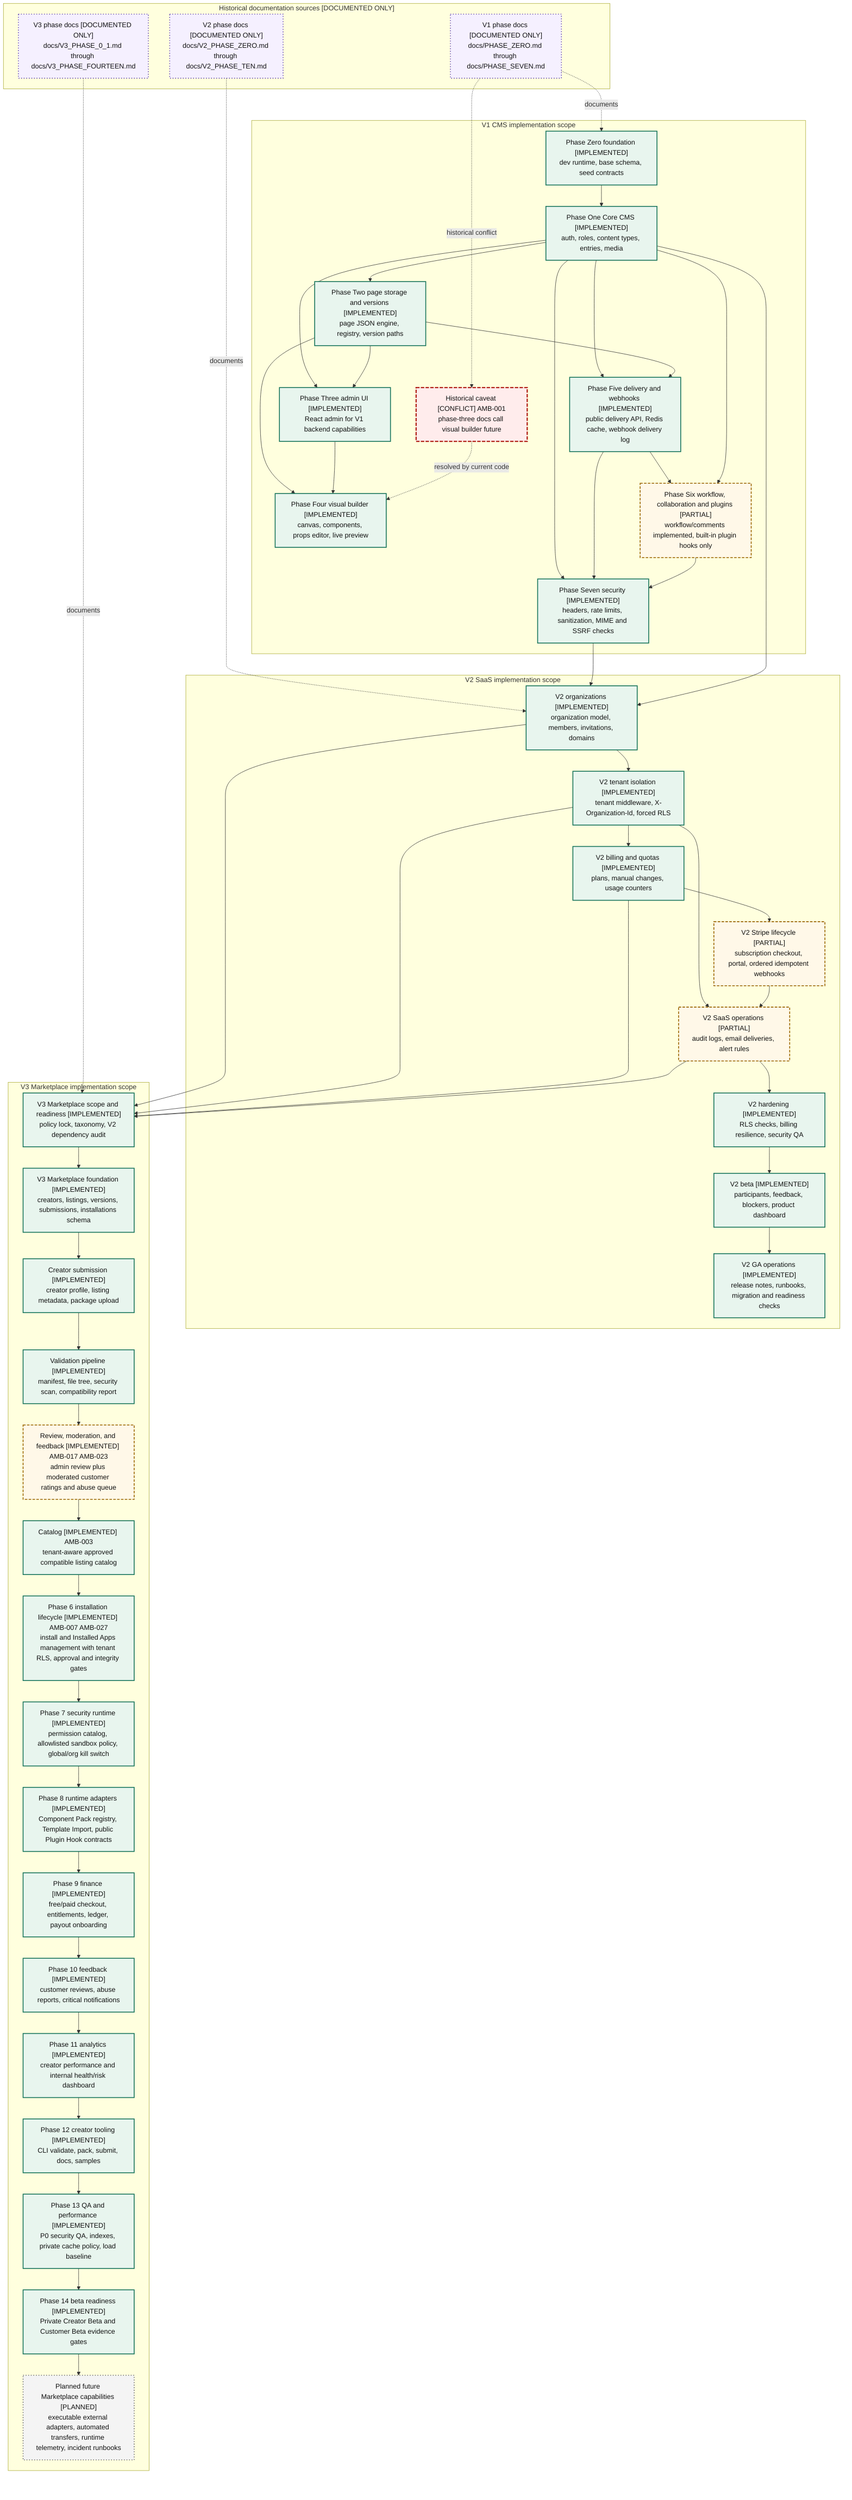
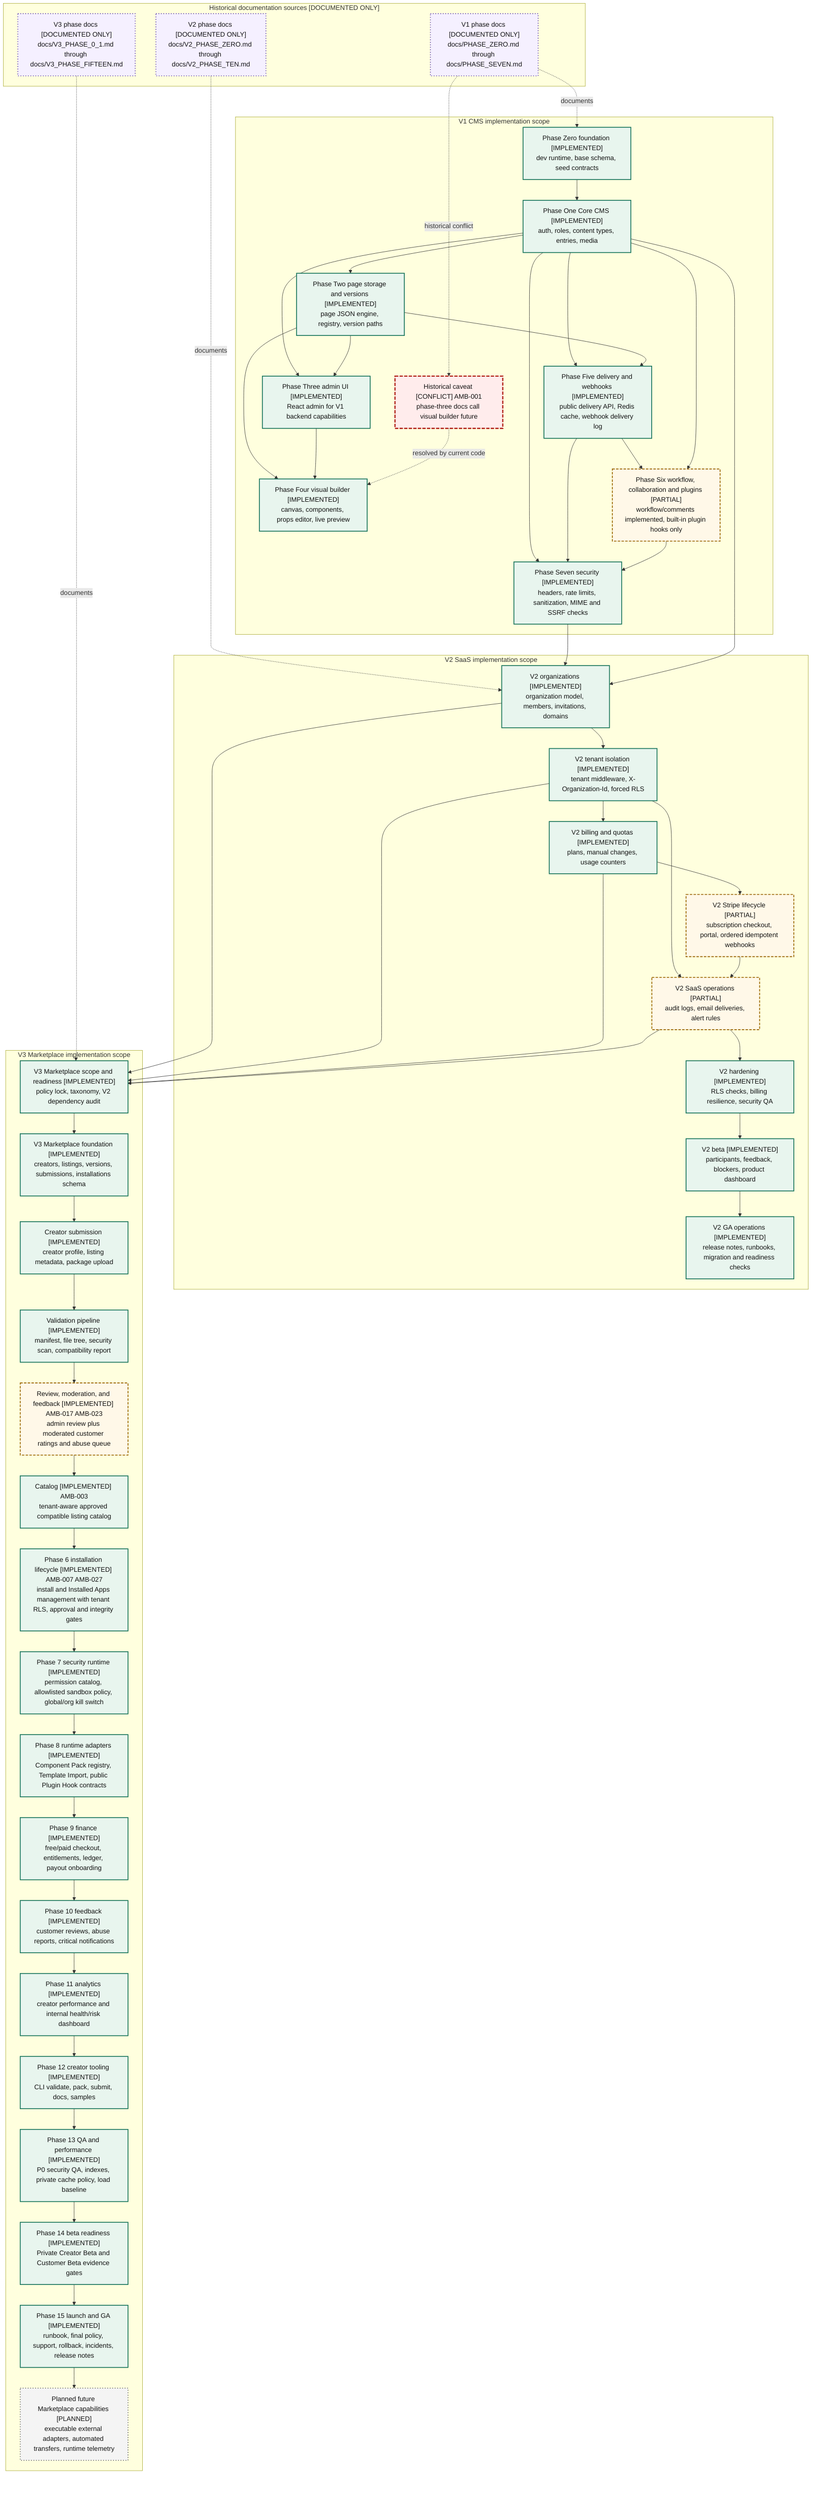
%% Evidence: docs/PHASE_ZERO.md
%% Evidence: docs/PHASE_ONE.md
%% Evidence: docs/PHASE_TWO.md
%% Evidence: docs/PHASE_THREE.md
%% Evidence: docs/PHASE_FOUR.md
%% Evidence: docs/PHASE_FIVE.md
%% Evidence: docs/PHASE_SIX.md
%% Evidence: docs/PHASE_SEVEN.md
%% Evidence: docs/V2_PHASE_ZERO.md
%% Evidence: docs/V2_PHASE_ONE.md
%% Evidence: docs/V2_PHASE_THREE.md
%% Evidence: docs/V2_PHASE_FIVE.md
%% Evidence: docs/V2_PHASE_SIX.md
%% Evidence: docs/V2_PHASE_SEVEN.md
%% Evidence: docs/V2_PHASE_EIGHT.md
%% Evidence: docs/V2_PHASE_NINE.md
%% Evidence: docs/V2_PHASE_TEN.md
%% Evidence: docs/V3_PHASE_0_1.md
%% Evidence: docs/V3_PHASE_0_2.md
%% Evidence: docs/V3_PHASE_ONE.md
%% Evidence: docs/V3_PHASE_TWO.md
%% Evidence: docs/V3_PHASE_THREE.md
%% Evidence: docs/V3_PHASE_FOUR.md
%% Evidence: docs/V3_PHASE_FIVE.md
%% Evidence: docs/V3_PHASE_SEVEN.md
%% Evidence: docs/V3_PHASE_EIGHT.md
%% Evidence: docs/V3_PHASE_NINE.md
%% Evidence: docs/V3_PHASE_TEN.md
%% Evidence: docs/V3_PHASE_ELEVEN.md
%% Evidence: docs/V3_PHASE_TWELVE.md
%% Evidence: docs/V3_PHASE_THIRTEEN.md
%% Evidence: docs/V3_PHASE_FOURTEEN.md
+ %% Evidence: docs/V3_PHASE_FIFTEEN.md
+ %% Evidence: docs/V3_MARKETPLACE_OPERATIONS_RUNBOOK.md
+ %% Evidence: docs/V3_MARKETPLACE_RELEASE_NOTES.md
%% Evidence: backend/migrations/0019_v3_phase_six_installation_lifecycle.sql
%% Evidence: backend/migrations/0020_v3_phase_seven_permission_sandbox_kill_switch.sql
%% Evidence: backend/migrations/0021_v3_phase_eight_runtime_adapters.sql
%% Evidence: backend/migrations/0026_v3_phase_thirteen_marketplace_qa_performance.sql
%% Evidence: backend/src/services/marketplace_runtime.rs
%% Evidence: backend/src/routes/marketplace_runtime.rs
%% Evidence: backend/src/services/marketplace_adapters.rs
%% Evidence: backend/src/routes/marketplace_adapters.rs
%% Evidence: backend/src/services/marketplace_phase_thirteen.rs
%% Evidence: backend/src/services/marketplace_phase_fourteen.rs
+ %% Evidence: backend/src/services/marketplace_phase_fifteen.rs
%% Evidence: backend/src/services/marketplace_performance.rs
%% Evidence: scripts/marketplace-phase13-load-smoke.ps1
%% Evidence: scripts/marketplace-phase14-beta-readiness.ps1
+ %% Evidence: scripts/marketplace-phase15-ga-check.ps1
%% Evidence: backend/src/services/marketplace_installation.rs
%% Evidence: backend/src/routes/marketplace.rs
%% Evidence: frontend/src/pages/MarketplacePage.tsx
%% Evidence: docs/V3_MARKETPLACE_GAP_LIST.md
%% Evidence: docs/diagrams/41-marketplace-beta.mmd
+ %% Evidence: docs/diagrams/42-marketplace-launch-ga.mmd
%% Evidence: docs/diagrams/ARCHITECTURE_AUDIT.md
%% Evidence: docs/diagrams/AMBIGUITIES.md
flowchart TD
  subgraph historical_docs["Historical documentation sources [DOCUMENTED ONLY]"]
    hist_v1["V1 phase docs [DOCUMENTED ONLY]<br/>docs/PHASE_ZERO.md through docs/PHASE_SEVEN.md"]
    hist_v2["V2 phase docs [DOCUMENTED ONLY]<br/>docs/V2_PHASE_ZERO.md through docs/V2_PHASE_TEN.md"]
-     hist_v3["V3 phase docs [DOCUMENTED ONLY]<br/>docs/V3_PHASE_0_1.md through docs/V3_PHASE_FOURTEEN.md"]
+     hist_v3["V3 phase docs [DOCUMENTED ONLY]<br/>docs/V3_PHASE_0_1.md through docs/V3_PHASE_FIFTEEN.md"]
  end

  subgraph v1_scope["V1 CMS implementation scope"]
    phase_zero["Phase Zero foundation [IMPLEMENTED]<br/>dev runtime, base schema, seed contracts"]
    phase_one["Phase One Core CMS [IMPLEMENTED]<br/>auth, roles, content types, entries, media"]
    phase_two["Phase Two page storage and versions [IMPLEMENTED]<br/>page JSON engine, registry, version paths"]
    phase_three["Phase Three admin UI [IMPLEMENTED]<br/>React admin for V1 backend capabilities"]
    phase_three_caveat["Historical caveat [CONFLICT] AMB-001<br/>phase-three docs call visual builder future"]
    phase_four["Phase Four visual builder [IMPLEMENTED]<br/>canvas, components, props editor, live preview"]
    phase_five["Phase Five delivery and webhooks [IMPLEMENTED]<br/>public delivery API, Redis cache, webhook delivery log"]
    phase_six["Phase Six workflow, collaboration and plugins [PARTIAL]<br/>workflow/comments implemented, built-in plugin hooks only"]
    phase_seven["Phase Seven security [IMPLEMENTED]<br/>headers, rate limits, sanitization, MIME and SSRF checks"]
  end

  subgraph v2_scope["V2 SaaS implementation scope"]
    v2_orgs["V2 organizations [IMPLEMENTED]<br/>organization model, members, invitations, domains"]
    v2_tenant["V2 tenant isolation [IMPLEMENTED]<br/>tenant middleware, X-Organization-Id, forced RLS"]
    v2_billing_quotas["V2 billing and quotas [IMPLEMENTED]<br/>plans, manual changes, usage counters"]
    v2_stripe["V2 Stripe lifecycle [PARTIAL]<br/>subscription checkout, portal, ordered idempotent webhooks"]
    v2_saas_ops["V2 SaaS operations [PARTIAL]<br/>audit logs, email deliveries, alert rules"]
    v2_hardening["V2 hardening [IMPLEMENTED]<br/>RLS checks, billing resilience, security QA"]
    v2_beta["V2 beta [IMPLEMENTED]<br/>participants, feedback, blockers, product dashboard"]
    v2_ga["V2 GA operations [IMPLEMENTED]<br/>release notes, runbooks, migration and readiness checks"]
  end

  subgraph v3_scope["V3 Marketplace implementation scope"]
    v3_scope_ready["V3 Marketplace scope and readiness [IMPLEMENTED]<br/>policy lock, taxonomy, V2 dependency audit"]
    v3_foundation["V3 Marketplace foundation [IMPLEMENTED]<br/>creators, listings, versions, submissions, installations schema"]
    v3_creator_submission["Creator submission [IMPLEMENTED]<br/>creator profile, listing metadata, package upload"]
    v3_validation["Validation pipeline [IMPLEMENTED]<br/>manifest, file tree, security scan, compatibility report"]
    v3_review["Review, moderation, and feedback [IMPLEMENTED] AMB-017 AMB-023<br/>admin review plus moderated customer ratings and abuse queue"]
    v3_catalog["Catalog [IMPLEMENTED] AMB-003<br/>tenant-aware approved compatible listing catalog"]
    v3_install["Phase 6 installation lifecycle [IMPLEMENTED] AMB-007 AMB-027<br/>install and Installed Apps management with tenant RLS, approval and integrity gates"]
    v3_security["Phase 7 security runtime [IMPLEMENTED]<br/>permission catalog, allowlisted sandbox policy, global/org kill switch"]
    v3_adapters["Phase 8 runtime adapters [IMPLEMENTED]<br/>Component Pack registry, Template Import, public Plugin Hook contracts"]
    v3_finance["Phase 9 finance [IMPLEMENTED]<br/>free/paid checkout, entitlements, ledger, payout onboarding"]
    v3_feedback["Phase 10 feedback [IMPLEMENTED]<br/>customer reviews, abuse reports, critical notifications"]
    v3_analytics["Phase 11 analytics [IMPLEMENTED]<br/>creator performance and internal health/risk dashboard"]
    v3_creator_tooling["Phase 12 creator tooling [IMPLEMENTED]<br/>CLI validate, pack, submit, docs, samples"]
    v3_qa_performance["Phase 13 QA and performance [IMPLEMENTED]<br/>P0 security QA, indexes, private cache policy, load baseline"]
    v3_beta_readiness["Phase 14 beta readiness [IMPLEMENTED]<br/>Private Creator Beta and Customer Beta evidence gates"]
-     v3_future["Planned future Marketplace capabilities [PLANNED]<br/>executable external adapters, automated transfers, runtime telemetry, incident runbooks"]
+     v3_launch_ga["Phase 15 launch and GA [IMPLEMENTED]<br/>runbook, final policy, support, rollback, incidents, release notes"]
+     v3_future["Planned future Marketplace capabilities [PLANNED]<br/>executable external adapters, automated transfers, runtime telemetry"]
  end

  hist_v1 -. documents .-> phase_zero
  hist_v2 -. documents .-> v2_orgs
  hist_v3 -. documents .-> v3_scope_ready
  hist_v1 -. historical conflict .-> phase_three_caveat

  phase_zero --> phase_one
  phase_one --> phase_two
  phase_one --> phase_three
  phase_two --> phase_three
  phase_two --> phase_four
  phase_three --> phase_four
  phase_one --> phase_five
  phase_two --> phase_five
  phase_five --> phase_six
  phase_one --> phase_six
  phase_one --> phase_seven
  phase_five --> phase_seven
  phase_six --> phase_seven
  phase_three_caveat -. resolved by current code .-> phase_four

  phase_seven --> v2_orgs
  phase_one --> v2_orgs
  v2_orgs --> v2_tenant
  v2_tenant --> v2_billing_quotas
  v2_billing_quotas --> v2_stripe
  v2_tenant --> v2_saas_ops
  v2_stripe --> v2_saas_ops
  v2_saas_ops --> v2_hardening
  v2_hardening --> v2_beta
  v2_beta --> v2_ga

  v2_orgs --> v3_scope_ready
  v2_tenant --> v3_scope_ready
  v2_billing_quotas --> v3_scope_ready
  v2_saas_ops --> v3_scope_ready
  v3_scope_ready --> v3_foundation
  v3_foundation --> v3_creator_submission
  v3_creator_submission --> v3_validation
  v3_validation --> v3_review
  v3_review --> v3_catalog
  v3_catalog --> v3_install
  v3_install --> v3_security
  v3_security --> v3_adapters
  v3_adapters --> v3_finance
  v3_finance --> v3_feedback
  v3_feedback --> v3_analytics
  v3_analytics --> v3_creator_tooling
  v3_creator_tooling --> v3_qa_performance
  v3_qa_performance --> v3_beta_readiness
-   v3_beta_readiness --> v3_future
+   v3_beta_readiness --> v3_launch_ga
+   v3_launch_ga --> v3_future

  class hist_v1,hist_v2,hist_v3 documented
-   class phase_zero,phase_one,phase_two,phase_three,phase_four,phase_five,phase_seven,v2_orgs,v2_tenant,v2_billing_quotas,v2_hardening,v2_beta,v2_ga,v3_scope_ready,v3_foundation,v3_creator_submission,v3_validation,v3_catalog,v3_install,v3_security,v3_adapters,v3_finance,v3_feedback,v3_analytics,v3_creator_tooling,v3_qa_performance,v3_beta_readiness implemented
+   class phase_zero,phase_one,phase_two,phase_three,phase_four,phase_five,phase_seven,v2_orgs,v2_tenant,v2_billing_quotas,v2_hardening,v2_beta,v2_ga,v3_scope_ready,v3_foundation,v3_creator_submission,v3_validation,v3_catalog,v3_install,v3_security,v3_adapters,v3_finance,v3_feedback,v3_analytics,v3_creator_tooling,v3_qa_performance,v3_beta_readiness,v3_launch_ga implemented
  class phase_six,v2_stripe,v2_saas_ops,v3_review partial
  class v3_future planned
  class phase_three_caveat conflict
  classDef implemented fill:#e8f5ee,stroke:#17745b,stroke-width:2px,color:#111
  classDef partial fill:#fff8e8,stroke:#9a6500,stroke-width:2px,stroke-dasharray: 6 3,color:#111
  classDef planned fill:#f4f4f4,stroke:#666,stroke-width:2px,stroke-dasharray: 2 4,color:#111
  classDef documented fill:#f5f0ff,stroke:#6a4fb3,stroke-width:2px,stroke-dasharray: 2 4,color:#111
  classDef conflict fill:#ffecec,stroke:#b3261e,stroke-width:3px,stroke-dasharray: 8 3,color:#111
